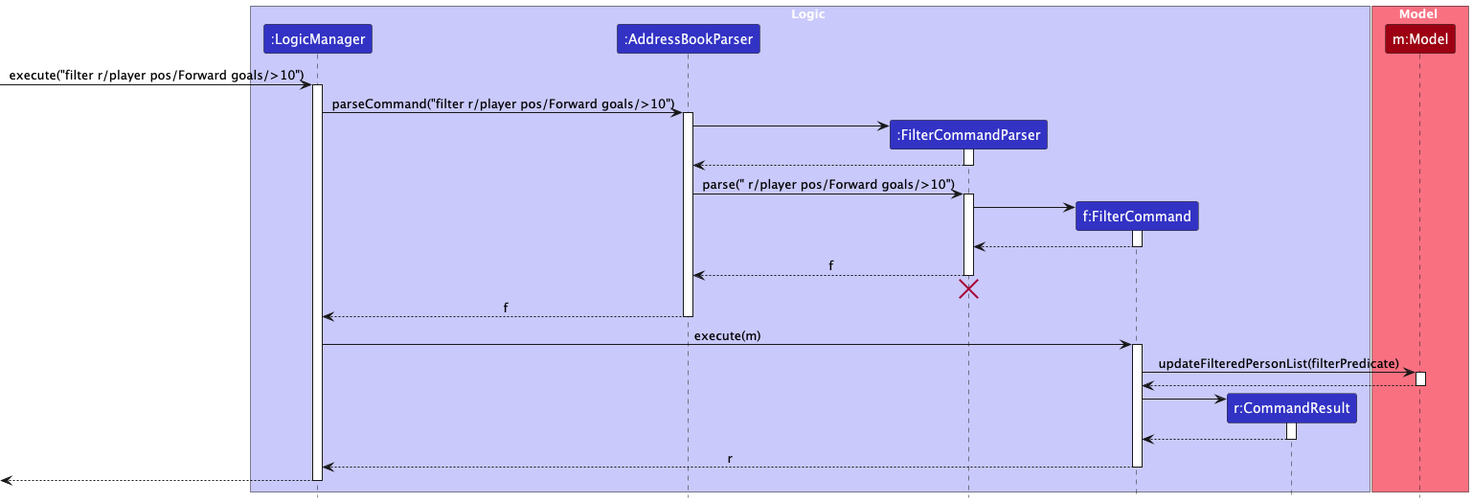
Earlier version of the PlantUML export docs/images/FilterSequenceDiagram.png (AY2526S2-CS2103-F08-2/tp). Source of this version:
```plantuml
@startuml
!include style.puml
skinparam ArrowFontStyle plain

box Logic LOGIC_COLOR_T1
participant ":LogicManager" as LogicManager LOGIC_COLOR
participant ":AddressBookParser" as AddressBookParser LOGIC_COLOR
participant ":FilterCommandParser" as FilterCommandParser LOGIC_COLOR
participant "f:FilterCommand" as FilterCommand LOGIC_COLOR
participant "r:CommandResult" as CommandResult LOGIC_COLOR
end box

box Model MODEL_COLOR_T1
participant "m:Model" as Model MODEL_COLOR
end box

[-> LogicManager : execute("filter r/player pos/Forward goals/>10")
activate LogicManager

LogicManager -> AddressBookParser : parseCommand("filter r/player pos/Forward goals/>10")
activate AddressBookParser

create FilterCommandParser
AddressBookParser -> FilterCommandParser
activate FilterCommandParser

FilterCommandParser --> AddressBookParser
deactivate FilterCommandParser

AddressBookParser -> FilterCommandParser : parse(" r/player pos/Forward goals/>10")
activate FilterCommandParser

create FilterCommand
FilterCommandParser -> FilterCommand
activate FilterCommand

FilterCommand --> FilterCommandParser
deactivate FilterCommand

FilterCommandParser --> AddressBookParser : f
deactivate FilterCommandParser
FilterCommandParser -[hidden]-> AddressBookParser
destroy FilterCommandParser

AddressBookParser --> LogicManager : f
deactivate AddressBookParser

LogicManager -> FilterCommand : execute(m)
activate FilterCommand

FilterCommand -> Model : updateFilteredPersonList(filterPredicate)
activate Model
Model --> FilterCommand
deactivate Model

create CommandResult
FilterCommand -> CommandResult
activate CommandResult
CommandResult --> FilterCommand
deactivate CommandResult

FilterCommand --> LogicManager : r
deactivate FilterCommand

[<--LogicManager
deactivate LogicManager
@enduml
```
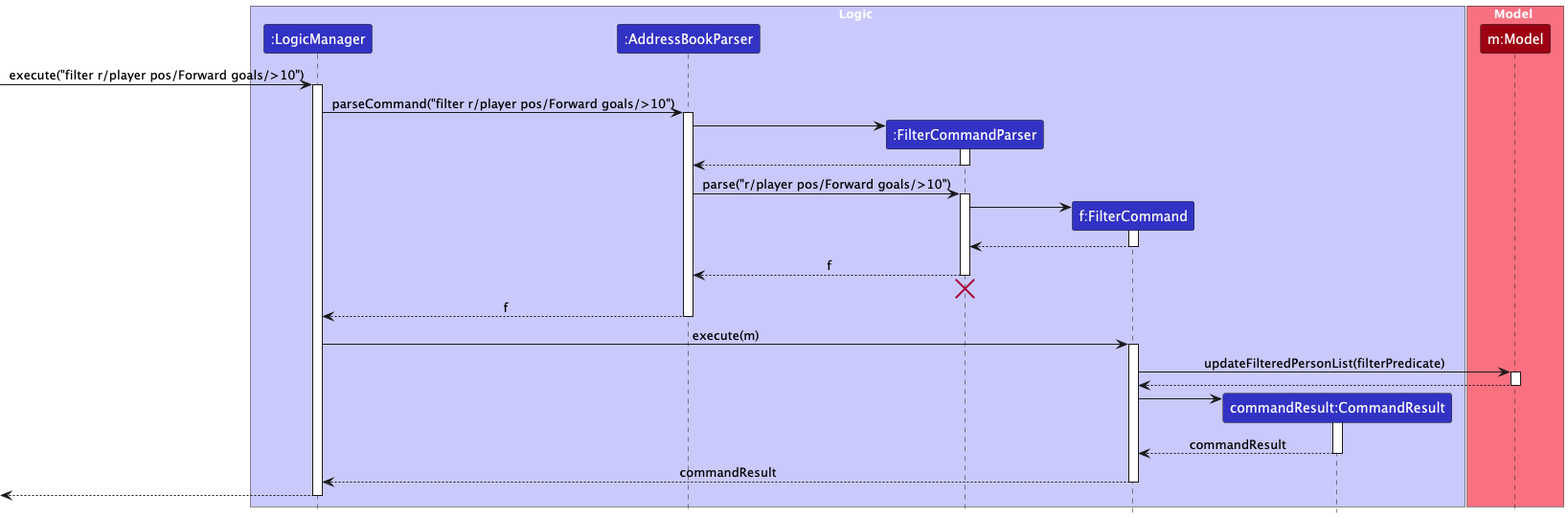
Later version of the same file.

Diff of the diagram source:
```diff
@@ -7,7 +7,7 @@
 participant ":AddressBookParser" as AddressBookParser LOGIC_COLOR
 participant ":FilterCommandParser" as FilterCommandParser LOGIC_COLOR
 participant "f:FilterCommand" as FilterCommand LOGIC_COLOR
-participant "r:CommandResult" as CommandResult LOGIC_COLOR
+participant "commandResult:CommandResult" as CommandResult LOGIC_COLOR
 end box
 
 box Model MODEL_COLOR_T1
@@ -27,7 +27,7 @@
 FilterCommandParser --> AddressBookParser
 deactivate FilterCommandParser
 
-AddressBookParser -> FilterCommandParser : parse(" r/player pos/Forward goals/>10")
+AddressBookParser -> FilterCommandParser : parse("r/player pos/Forward goals/>10")
 activate FilterCommandParser
 
 create FilterCommand
@@ -56,10 +56,10 @@
 create CommandResult
 FilterCommand -> CommandResult
 activate CommandResult
-CommandResult --> FilterCommand
+CommandResult --> FilterCommand : commandResult
 deactivate CommandResult
 
-FilterCommand --> LogicManager : r
+FilterCommand --> LogicManager : commandResult
 deactivate FilterCommand
 
 [<--LogicManager
```
